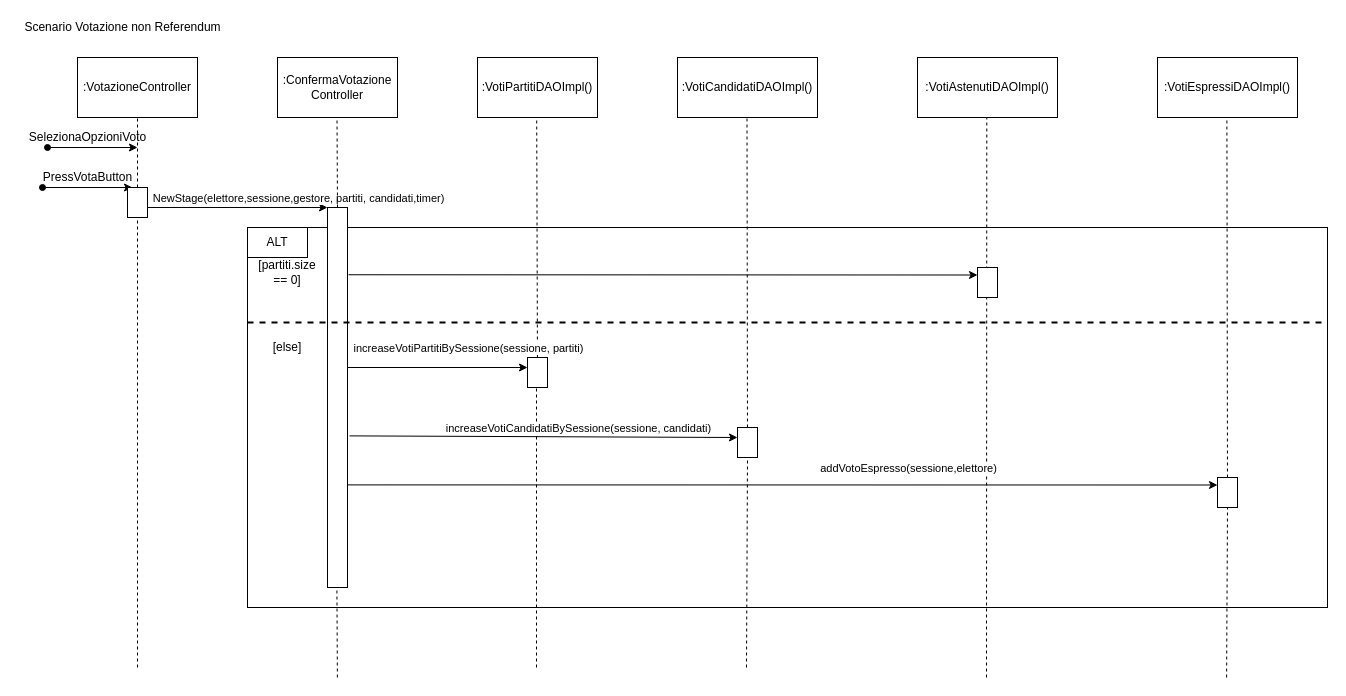
Above: docs/SeqDiagram Votazione.drawio in gbrsni/votoElettronico (draw.io), before the change. Source tidied: cells renumbered, new cells numbered last; positions are measured from the earlier drawing's top-left corner, leaving out a move shared by most shapes. Both pictures are drawn from the tidied source at 100%, with x=0, y=0 at pixel (17, 17).
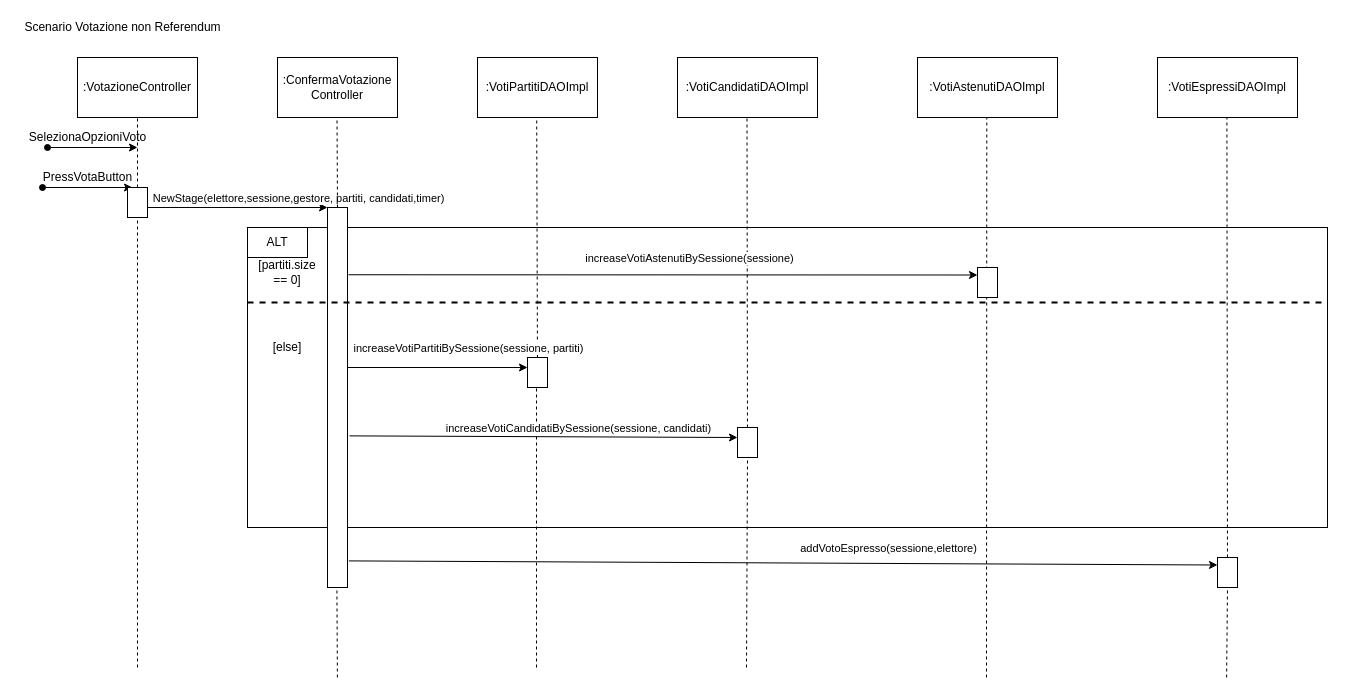
Above is the later version.

Commit message:
modifica nomi classi

Unchanged cells that the change refers to:
```xml
<mxCell id="18" style="rounded=0;whiteSpace=wrap;html=1;direction=south;" parent="1" vertex="1">
  <mxGeometry x="310" y="190" width="20" height="380" as="geometry" />
</mxCell>
<mxCell id="24" style="endArrow=classic;html=1;rounded=0;entryX=0.25;entryY=1;entryDx=0;entryDy=0;exitX=0.177;exitY=-0.05;exitDx=0;exitDy=0;exitPerimeter=0;" parent="1" edge="1" source="18" target="23">
  <mxGeometry relative="1" as="geometry" />
</mxCell>
```

Diff of the diagram source:
```diff
@@
     <mxCell id="2" style="rounded=0;whiteSpace=wrap;html=1;" parent="1" vertex="1">
-      <mxGeometry x="230" y="210" width="1080" height="380" as="geometry" />
+      <mxGeometry x="230" y="210" width="1080" height="300" as="geometry" />
     </mxCell>
@@
-    <mxCell id="5" value=":VotiPartitiDAOImpl()" style="rounded=0;whiteSpace=wrap;html=1;" parent="1" vertex="1">
+    <mxCell id="5" value=":VotiPartitiDAOImpl" style="rounded=0;whiteSpace=wrap;html=1;" parent="1" vertex="1">
       <mxGeometry x="460" y="40" width="120" height="60" as="geometry" />
     </mxCell>
-    <mxCell id="6" value=":VotiCandidatiDAOImpl()" style="rounded=0;whiteSpace=wrap;html=1;" parent="1" vertex="1">
+    <mxCell id="6" value=":VotiCandidatiDAOImpl" style="rounded=0;whiteSpace=wrap;html=1;" parent="1" vertex="1">
       <mxGeometry x="660" y="40" width="140" height="60" as="geometry" />
     </mxCell>
-    <mxCell id="7" value=":VotiAstenutiDAOImpl()" style="rounded=0;whiteSpace=wrap;html=1;" parent="1" vertex="1">
+    <mxCell id="7" value=":VotiAstenutiDAOImpl" style="rounded=0;whiteSpace=wrap;html=1;" parent="1" vertex="1">
       <mxGeometry x="900" y="40" width="140" height="60" as="geometry" />
     </mxCell>
-    <mxCell id="8" value=":VotiEspressiDAOImpl()" style="rounded=0;whiteSpace=wrap;html=1;" parent="1" vertex="1">
+    <mxCell id="8" value=":VotiEspressiDAOImpl" style="rounded=0;whiteSpace=wrap;html=1;" parent="1" vertex="1">
       <mxGeometry x="1140" y="40" width="140" height="60" as="geometry" />
     </mxCell>
@@
+    <mxCell id="44" value="increaseVotiAstenutiBySessione(sessione)&lt;br&gt;" style="edgeLabel;html=1;align=center;verticalAlign=middle;" parent="24" vertex="1">
+      <mxGeometry x="0.08" y="4" relative="1" as="geometry">
+        <mxPoint y="-13" as="offset" />
+      </mxGeometry>
+    </mxCell>
@@
     <mxCell id="33" style="rounded=0;whiteSpace=wrap;html=1;direction=south;" parent="1" vertex="1">
-      <mxGeometry x="1200" y="460" width="20" height="30" as="geometry" />
+      <mxGeometry x="1200" y="540" width="20" height="30" as="geometry" />
     </mxCell>
@@
-    <mxCell id="35" style="endArrow=classic;html=1;rounded=0;exitX=0.73;exitY=0;exitDx=0;exitDy=0;exitPerimeter=0;entryX=0.25;entryY=1;entryDx=0;entryDy=0;" parent="1" edge="1" source="18" target="33">
+    <mxCell id="35" style="endArrow=classic;html=1;rounded=0;exitX=0.93;exitY=-0.069;exitDx=0;exitDy=0;exitPerimeter=0;entryX=0.25;entryY=1;entryDx=0;entryDy=0;" parent="1" edge="1" source="18" target="33">
       <mxGeometry relative="1" as="geometry" />
     </mxCell>
     <mxCell id="36" value="addVotoEspresso(sessione,elettore)" style="edgeLabel;html=1;align=center;verticalAlign=middle;" parent="1" vertex="1">
-      <mxGeometry x="890" y="450" as="geometry" />
+      <mxGeometry x="870" y="530" as="geometry" />
     </mxCell>
```
